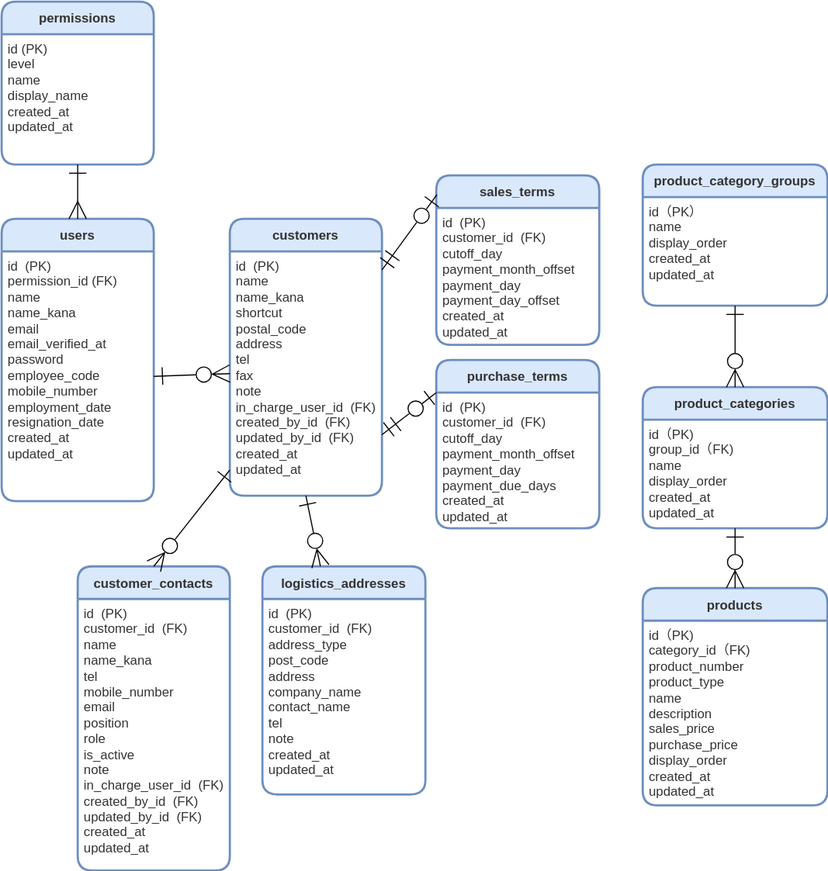
Above: src/docs/ER.drawio.svg in ryo-tom/flagship (draw.io), before the change. Source tidied: cells renumbered, new cells last; positions are measured from the earlier drawing's top-left corner, leaving out a move shared by most shapes.
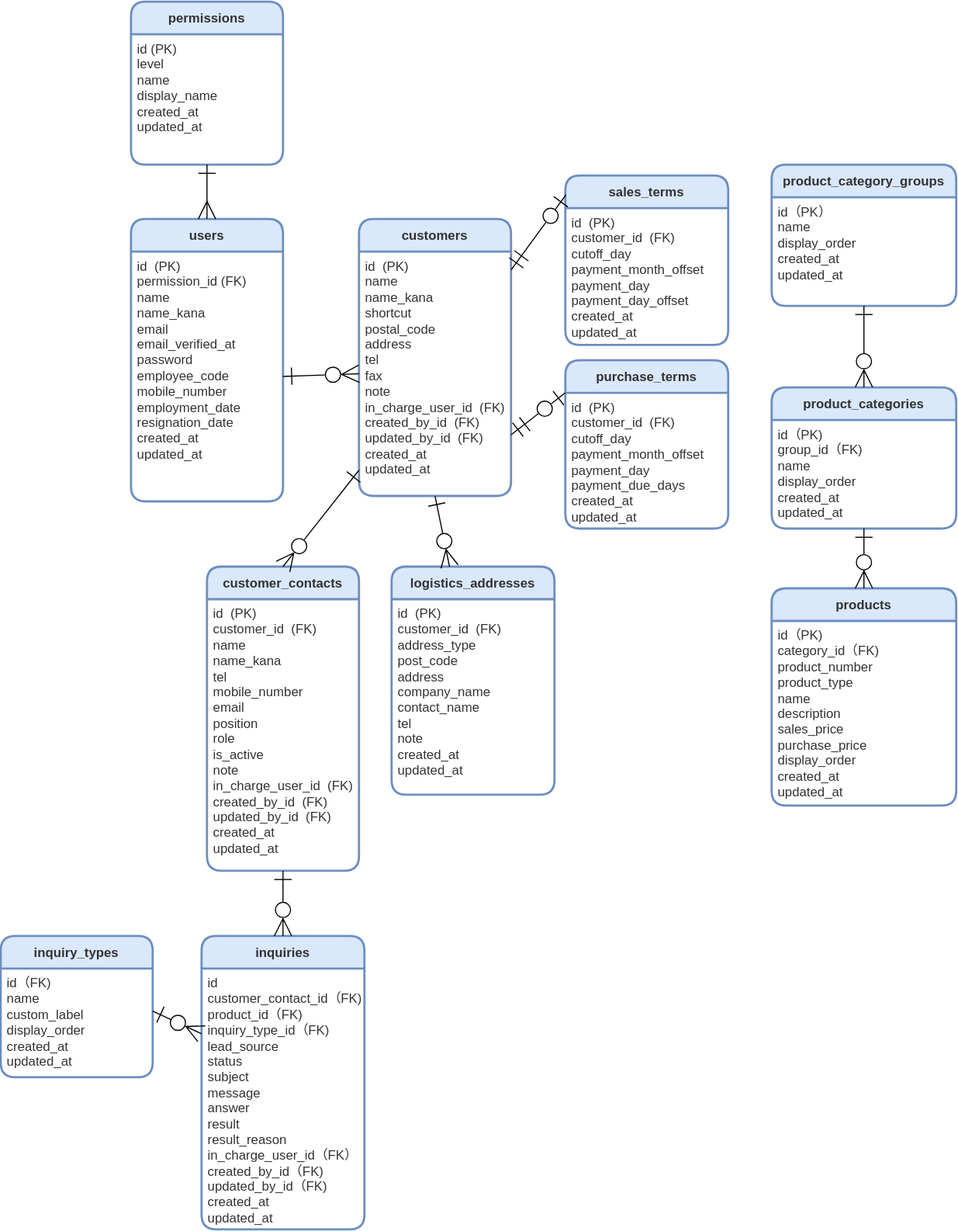
After the commit.

What changed in the source:
```diff
@@ -86,5 +86,23 @@
     <mxCell id="29" style="edgeStyle=none;shape=connector;rounded=1;jumpStyle=none;jumpSize=6;html=1;exitX=0.5;exitY=1;exitDx=0;exitDy=0;shadow=0;labelBackgroundColor=default;strokeColor=default;fontFamily=Helvetica;fontSize=12;fontColor=default;startArrow=ERone;startFill=0;endArrow=ERzeroToMany;endFill=0;startSize=14;endSize=14;targetPerimeterSpacing=0;verticalAlign=top;entryX=0.5;entryY=0;entryDx=0;entryDy=0;" parent="1" edge="1" source="25" target="27">
       <mxGeometry relative="1" as="geometry" />
     </mxCell>
+    <mxCell id="30" value="inquiry_types" style="swimlane;horizontal=1;startSize=30;rounded=1;fontSize=12;fontStyle=1;strokeWidth=2;shadow=0;dashed=0;align=center;fillColor=#dae8fc;strokeColor=#6c8ebf;fontColor=#333333;labelBackgroundColor=none;gradientColor=none;swimlaneFillColor=#FFFFFF;verticalAlign=middle;" parent="1" vertex="1">
+      <mxGeometry x="-120" y="860" width="140" height="130" as="geometry" />
+    </mxCell>
+    <mxCell id="31" value="&lt;div&gt;id（FK)&lt;/div&gt;&lt;div&gt;name&lt;/div&gt;&lt;div&gt;custom_label&lt;/div&gt;display_order&lt;div&gt;&lt;span style=&quot;background-color: initial;&quot;&gt;created_at&lt;/span&gt;&lt;br&gt;&lt;/div&gt;&lt;div&gt;updated_at&lt;/div&gt;" style="align=left;strokeColor=none;fillColor=none;spacingLeft=4;fontSize=12;verticalAlign=top;fontColor=#333333;html=1;" parent="30" vertex="1">
+      <mxGeometry y="30" width="140" height="100" as="geometry" />
+    </mxCell>
+    <mxCell id="32" value="inquiries" style="swimlane;horizontal=1;startSize=30;rounded=1;fontSize=12;fontStyle=1;strokeWidth=2;shadow=0;dashed=0;align=center;fillColor=#dae8fc;strokeColor=#6c8ebf;fontColor=#333333;labelBackgroundColor=none;gradientColor=none;swimlaneFillColor=#FFFFFF;verticalAlign=middle;" parent="1" vertex="1">
+      <mxGeometry x="65" y="860" width="150" height="270" as="geometry" />
+    </mxCell>
+    <mxCell id="33" value="&lt;div&gt;id&lt;/div&gt;&lt;div&gt;customer_contact_id（FK)&lt;/div&gt;&lt;div&gt;product_id（FK)&lt;/div&gt;&lt;div&gt;inquiry_type_id（FK)&lt;/div&gt;&lt;div&gt;lead_source&lt;/div&gt;&lt;div&gt;status&lt;/div&gt;&lt;div&gt;subject&lt;br&gt;&lt;/div&gt;&lt;div&gt;message&lt;/div&gt;&lt;div&gt;answer&lt;/div&gt;&lt;div&gt;result&lt;/div&gt;&lt;div&gt;result_reason&lt;/div&gt;&lt;div&gt;in_charge_user_id（FK）&lt;/div&gt;&lt;div&gt;created_by_id（FK)&lt;/div&gt;&lt;div&gt;updated_by_id（FK)&lt;/div&gt;&lt;div&gt;created_at&lt;/div&gt;&lt;div&gt;updated_at&lt;/div&gt;" style="align=left;strokeColor=none;fillColor=none;spacingLeft=4;fontSize=12;verticalAlign=top;fontColor=#333333;html=1;" parent="32" vertex="1">
+      <mxGeometry y="30" width="150" height="240" as="geometry" />
+    </mxCell>
+    <mxCell id="34" style="edgeStyle=none;shape=connector;rounded=1;jumpStyle=none;jumpSize=6;html=1;entryX=0;entryY=0.25;entryDx=0;entryDy=0;shadow=0;labelBackgroundColor=default;strokeColor=default;fontFamily=Helvetica;fontSize=12;fontColor=default;startArrow=ERone;startFill=0;endArrow=ERzeroToMany;endFill=0;startSize=14;endSize=14;targetPerimeterSpacing=0;verticalAlign=top;exitX=0.999;exitY=0.39;exitDx=0;exitDy=0;exitPerimeter=0;" parent="1" edge="1" source="31" target="33">
+      <mxGeometry relative="1" as="geometry" />
+    </mxCell>
+    <mxCell id="35" style="edgeStyle=none;shape=connector;rounded=1;jumpStyle=none;jumpSize=6;html=1;shadow=0;labelBackgroundColor=default;strokeColor=default;fontFamily=Helvetica;fontSize=12;fontColor=default;startArrow=ERone;startFill=0;endArrow=ERzeroToMany;endFill=0;startSize=14;endSize=14;targetPerimeterSpacing=0;verticalAlign=top;exitX=0.5;exitY=1;exitDx=0;exitDy=0;" parent="1" edge="1" source="11" target="32">
+      <mxGeometry relative="1" as="geometry" />
+    </mxCell>
   </root>
 </mxGraphModel>
```
